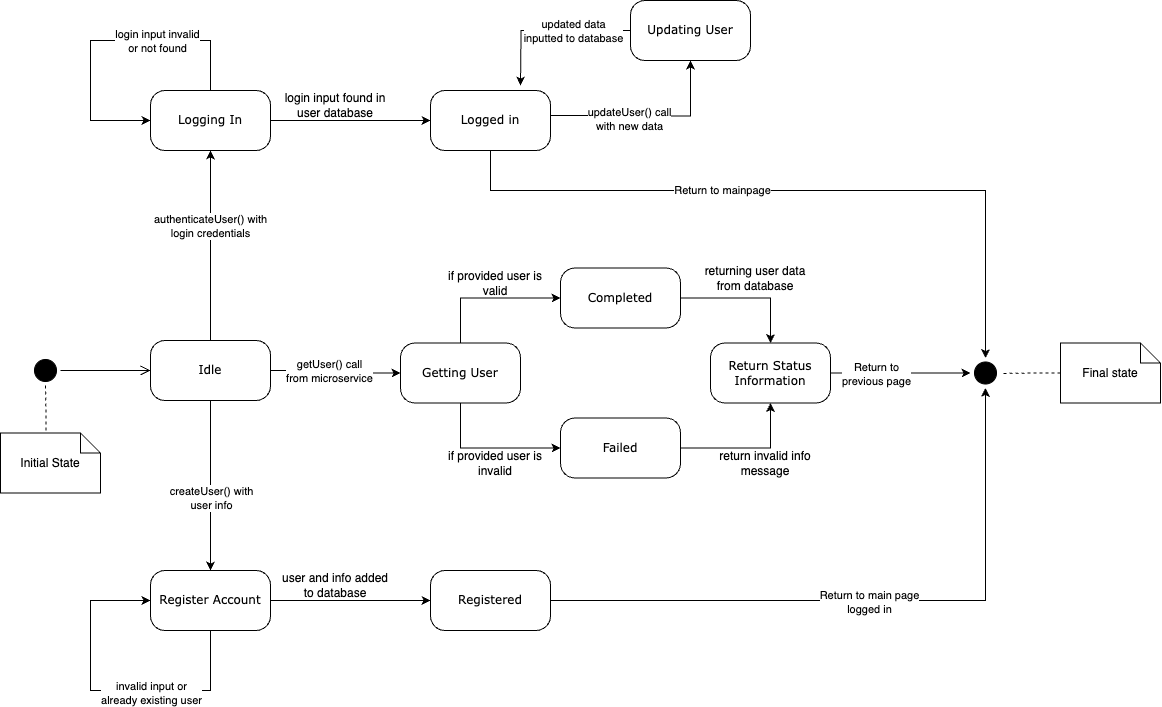
Earlier version of the draw.io export diagrams/User_Managment_SD.drawio.png (uvic-teach/project-m1-team6). Source tidied: cells renumbered, new cells last; positions are measured from the earlier drawing's top-left corner, leaving out a move shared by most shapes.
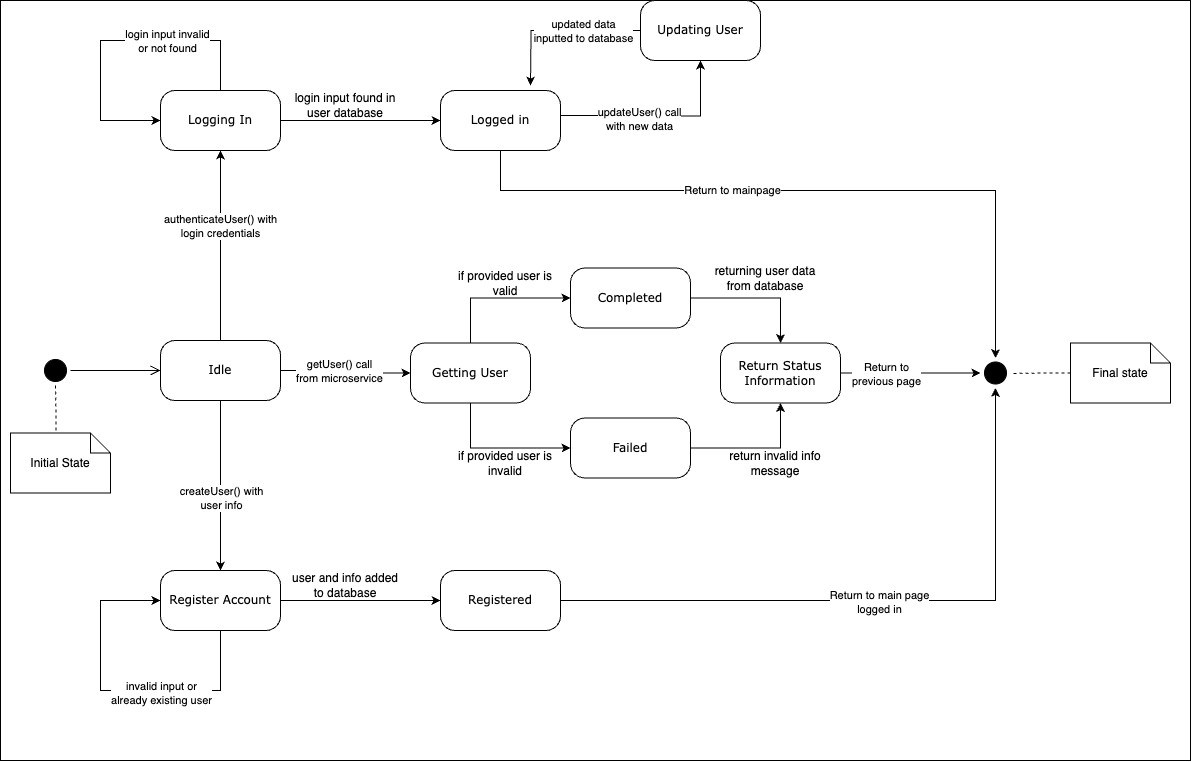
After the change.

Commit message:
Fixing User_Managment_SD background

Diff of the diagram source:
```diff
@@ -2,6 +2,9 @@
   <root>
     <mxCell id="0" />
     <mxCell id="1" parent="0" />
+    <mxCell id="51" style="rounded=0;whiteSpace=wrap;html=1;" parent="1" vertex="1">
+      <mxGeometry x="-10" width="1190" height="760" as="geometry" />
+    </mxCell>
     <mxCell id="2" style="ellipse;html=1;shape=startState;fillColor=#000000;strokeColor=#000000;rounded=1;shadow=0;comic=0;labelBackgroundColor=none;fontFamily=Verdana;fontSize=12;fontColor=#000000;align=center;direction=south;" parent="1" vertex="1">
       <mxGeometry x="30" y="355" width="30" height="30" as="geometry" />
     </mxCell>
```
